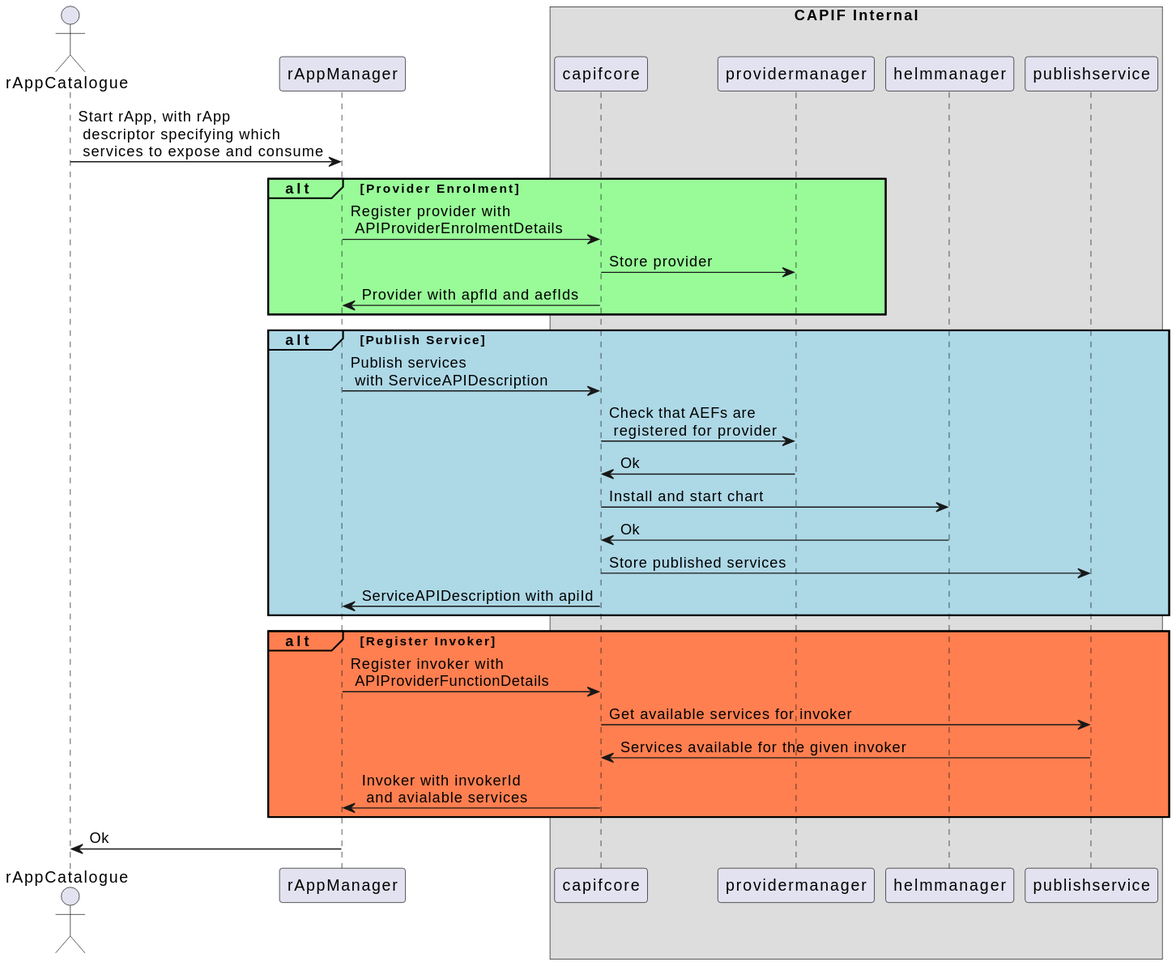
Earlier version of the PlantUML export capifcore/docs/diagrams/Register Provider.svg (o-ran-sc/nonrtric-plt-sme). The source it was exported from:
```plantuml
@startuml
actor rAppCatalogue
participant rAppManager
box "CAPIF Internal"
participant capifcore
participant providermanager
participant helmmanager
participant publishservice
end box

rAppCatalogue->rAppManager: Start rApp, with rApp\n descriptor specifying which\n services to expose and consume
alt#paleGreen #paleGreen Provider Enrolment
    rAppManager->capifcore: Register provider with\n APIProviderEnrolmentDetails
    capifcore->providermanager:Store provider
    capifcore->rAppManager: Provider with apfId and aefIds
end
alt#LightBlue #LightBlue Publish Service
    rAppManager->capifcore: Publish services\n with ServiceAPIDescription
    capifcore->providermanager: Check that AEFs are\n registered for provider
    providermanager->capifcore: Ok
    capifcore->helmmanager: Install and start chart
    helmmanager->capifcore: Ok
    capifcore->publishservice: Store published services
    capifcore->rAppManager: ServiceAPIDescription with apiId
end
alt#coral #coral Register Invoker
    rAppManager->capifcore: Register invoker with\n APIProviderFunctionDetails
    capifcore->publishservice:Get available services for invoker
    publishservice->capifcore: Services available for the given invoker
    capifcore->rAppManager: Invoker with invokerId\n and avialable services
end
rAppManager->rAppCatalogue: Ok
@enduml
```
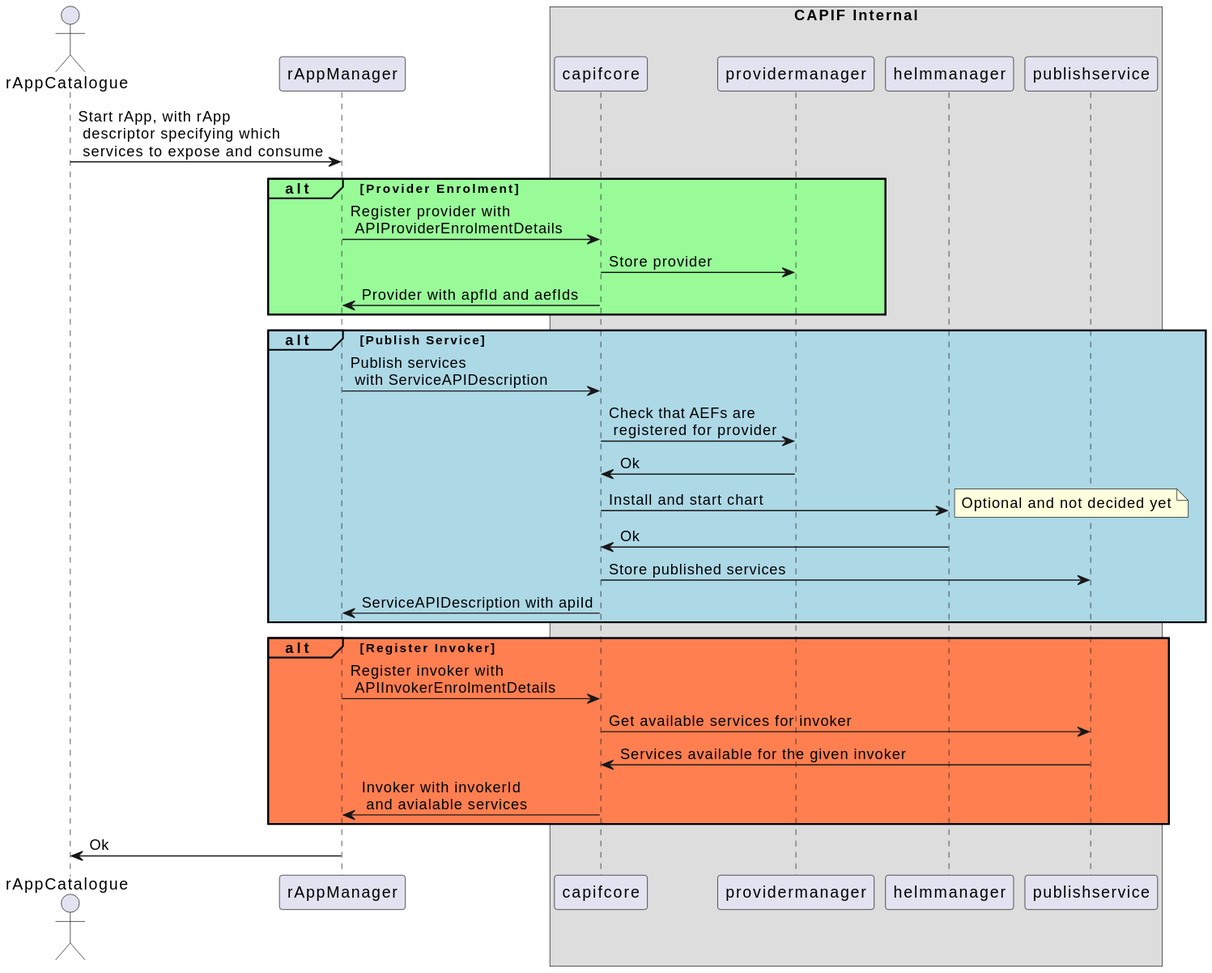
Above is the later version.

What changed in the source:
```diff
@@ -19,12 +19,13 @@
     capifcore->providermanager: Check that AEFs are\n registered for provider
     providermanager->capifcore: Ok
     capifcore->helmmanager: Install and start chart
+    note right: Optional and not decided yet
     helmmanager->capifcore: Ok
     capifcore->publishservice: Store published services
     capifcore->rAppManager: ServiceAPIDescription with apiId
 end
 alt#coral #coral Register Invoker
-    rAppManager->capifcore: Register invoker with\n APIProviderFunctionDetails
+    rAppManager->capifcore: Register invoker with\n APIInvokerEnrolmentDetails
     capifcore->publishservice:Get available services for invoker
     publishservice->capifcore: Services available for the given invoker
     capifcore->rAppManager: Invoker with invokerId\n and avialable services
```
